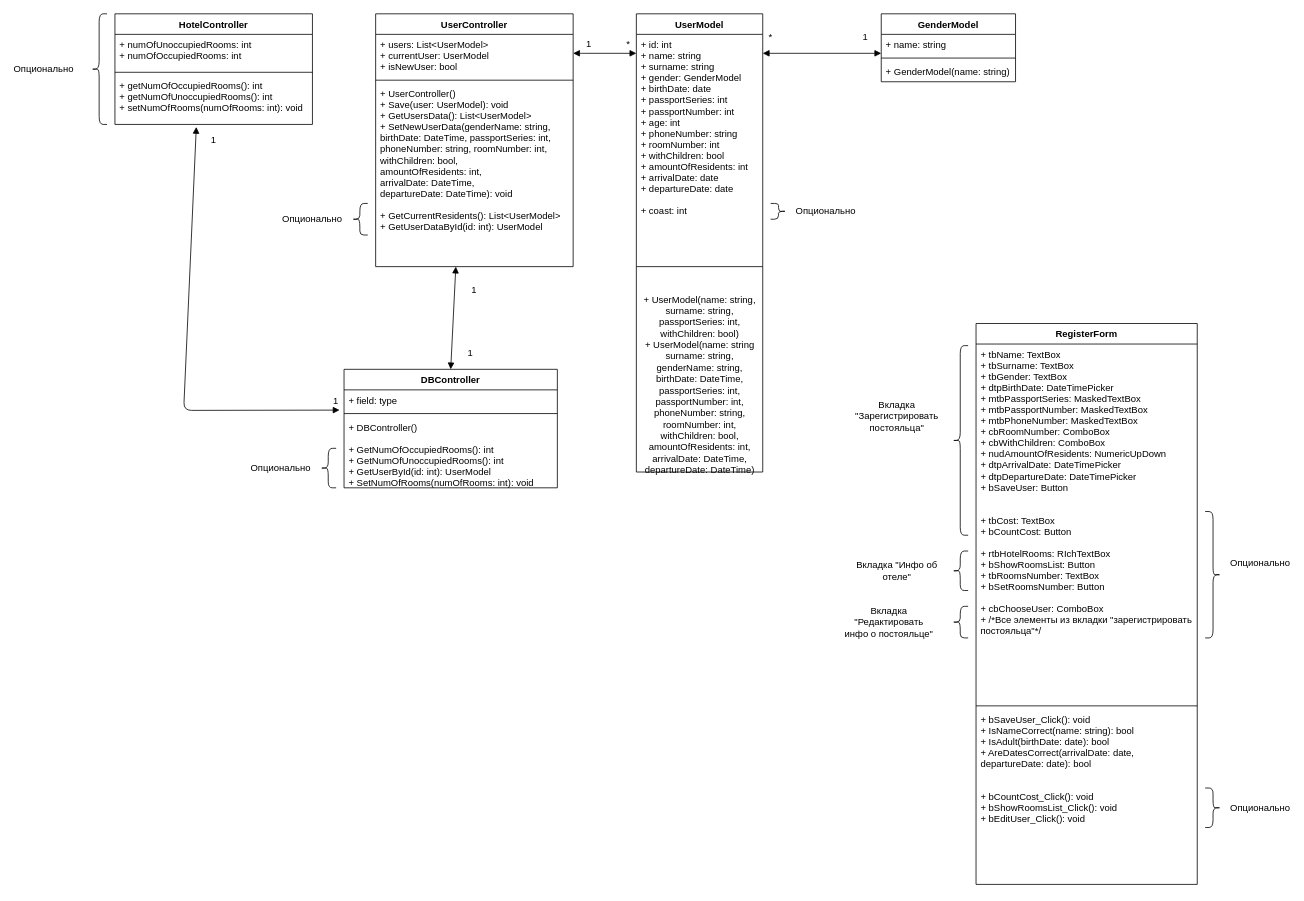
Before: Диаграмма классов.drawio in Nat-chan256/Czech-hotel-project, a draw.io diagram. Source tidied: cells renumbered, new cells numbered last; positions are measured from the earlier drawing's top-left corner, leaving out a move shared by most shapes. Both pictures are drawn from the tidied source at 79%, with x=0, y=0 at pixel (28, 13).
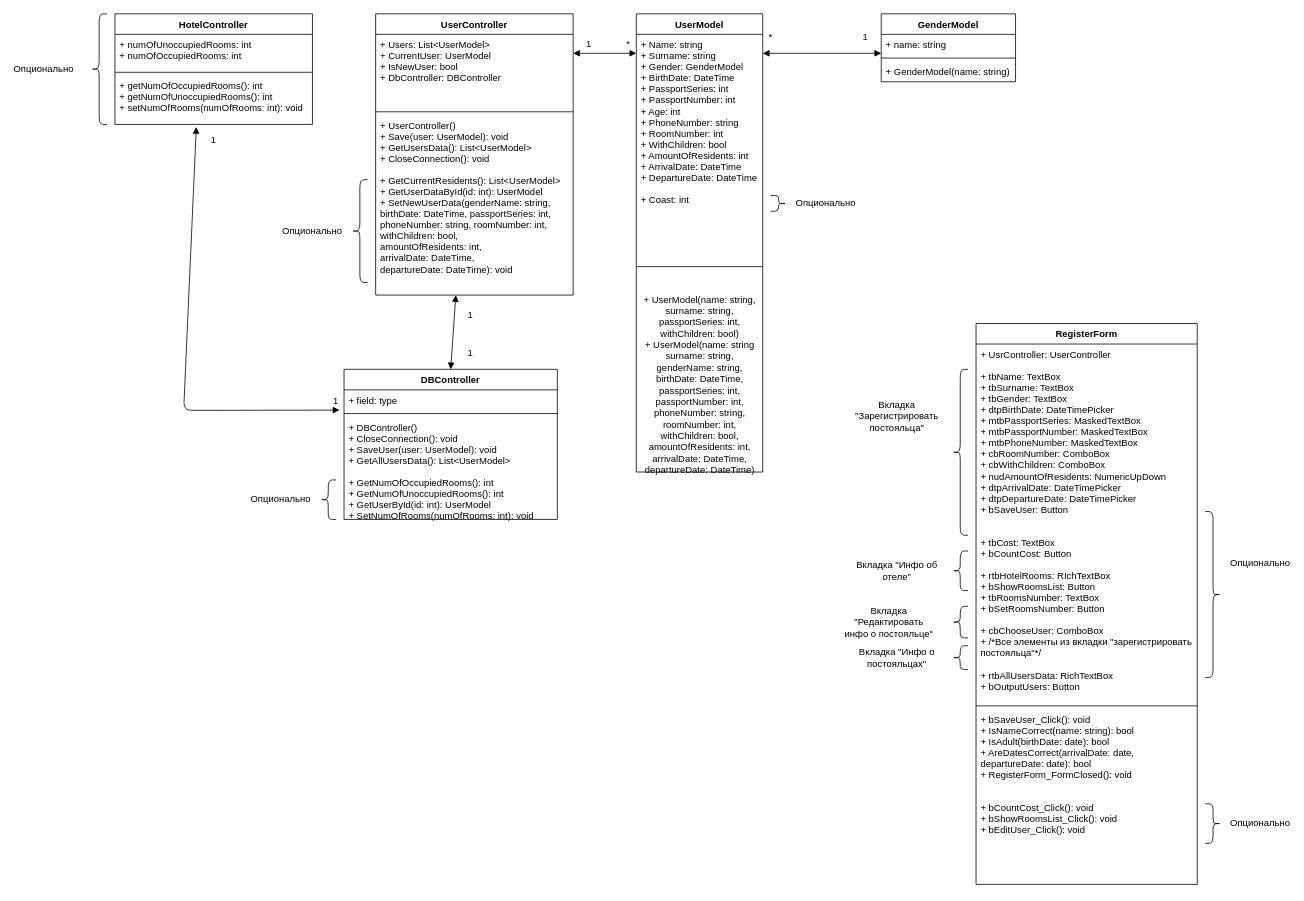
After the change.

Unchanged cells that the change refers to:
```xml
<mxCell id="2" value="UserModel" style="swimlane;fontStyle=1;align=center;verticalAlign=top;horizontal=1;startSize=26;" parent="1" vertex="1">
  <mxGeometry x="770" width="160" height="580" as="geometry" />
</mxCell>
<mxCell id="27" value="RegisterForm" style="swimlane;fontStyle=1;align=center;verticalAlign=top;horizontal=1;startSize=26;" parent="1" vertex="1">
  <mxGeometry x="1200" y="392" width="280" height="710" as="geometry" />
</mxCell>
```

Change to the diagram source:
```diff
@@
-    <mxCell id="3" value="+ id: int&#10;+ name: string&#10;+ surname: string&#10;+ gender: GenderModel&#10;+ birthDate: date&#10;+ passportSeries: int&#10;+ passportNumber: int&#10;+ age: int&#10;+ phoneNumber: string&#10;+ roomNumber: int&#10;+ withChildren: bool&#10;+ amountOfResidents: int&#10;+ arrivalDate: date&#10;+ departureDate: date&#10;&#10;+ coast: int" style="text;strokeColor=none;fillColor=none;align=left;verticalAlign=top;spacingLeft=4;spacingRight=4;overflow=hidden;" parent="2" vertex="1">
+    <mxCell id="3" value="+ Name: string&#10;+ Surname: string&#10;+ Gender: GenderModel&#10;+ BirthDate: DateTime&#10;+ PassportSeries: int&#10;+ PassportNumber: int&#10;+ Age: int&#10;+ PhoneNumber: string&#10;+ RoomNumber: int&#10;+ WithChildren: bool&#10;+ AmountOfResidents: int&#10;+ ArrivalDate: DateTime&#10;+ DepartureDate: DateTime&#10;&#10;+ Coast: int" style="text;strokeColor=none;fillColor=none;align=left;verticalAlign=top;spacingLeft=4;spacingRight=4;overflow=hidden;" parent="2" vertex="1">
       <mxGeometry y="26" width="160" height="254" as="geometry" />
     </mxCell>
@@
     <mxCell id="12" value="UserController" style="swimlane;fontStyle=1;align=center;verticalAlign=top;horizontal=1;startSize=26;" parent="1" vertex="1">
-      <mxGeometry x="440" width="250" height="320" as="geometry" />
+      <mxGeometry x="440" width="250" height="356" as="geometry" />
     </mxCell>
-    <mxCell id="13" value="+ users: List&lt;UserModel&gt;&#10;+ currentUser: UserModel&#10;+ isNewUser: bool" style="text;strokeColor=none;fillColor=none;align=left;verticalAlign=top;spacingLeft=4;spacingRight=4;overflow=hidden;" parent="12" vertex="1">
-      <mxGeometry y="26" width="250" height="54" as="geometry" />
+    <mxCell id="13" value="+ Users: List&lt;UserModel&gt;&#10;+ CurrentUser: UserModel&#10;+ IsNewUser: bool&#10;+ DbController: DBController" style="text;strokeColor=none;fillColor=none;align=left;verticalAlign=top;spacingLeft=4;spacingRight=4;overflow=hidden;" parent="12" vertex="1">
+      <mxGeometry y="26" width="250" height="94" as="geometry" />
     </mxCell>
     <mxCell id="14" style="line;strokeWidth=1;fillColor=none;align=left;verticalAlign=middle;spacingTop=-1;spacingLeft=3;spacingRight=3;labelPosition=right;" parent="12" vertex="1">
-      <mxGeometry y="80" width="250" height="8" as="geometry" />
+      <mxGeometry y="120" width="250" height="8" as="geometry" />
     </mxCell>
-    <mxCell id="15" value="+ UserController()&#10;+ Save(user: UserModel): void&#10;+ GetUsersData(): List&lt;UserModel&gt;&#10;+ SetNewUserData(genderName: string, &#10;birthDate: DateTime, passportSeries: int, &#10;phoneNumber: string, roomNumber: int, &#10;withChildren: bool, &#10;amountOfResidents: int, &#10;arrivalDate: DateTime, &#10;departureDate: DateTime): void&#10;&#10;+ GetCurrentResidents(): List&lt;UserModel&gt;&#10;+ GetUserDataById(id: int): UserModel&#10;" style="text;strokeColor=none;fillColor=none;align=left;verticalAlign=top;spacingLeft=4;spacingRight=4;overflow=hidden;points=[[0,0.5],[1,0.5]];portConstraint=eastwest;" parent="12" vertex="1">
-      <mxGeometry y="88" width="250" height="232" as="geometry" />
+    <mxCell id="15" value="+ UserController()&#10;+ Save(user: UserModel): void&#10;+ GetUsersData(): List&lt;UserModel&gt;&#10;+ CloseConnection(): void&#10;&#10;+ GetCurrentResidents(): List&lt;UserModel&gt;&#10;+ GetUserDataById(id: int): UserModel&#10;+ SetNewUserData(genderName: string,&#10;birthDate: DateTime, passportSeries: int,&#10;phoneNumber: string, roomNumber: int,&#10;withChildren: bool,&#10;amountOfResidents: int,&#10;arrivalDate: DateTime,&#10;departureDate: DateTime): void&#10;" style="text;strokeColor=none;fillColor=none;align=left;verticalAlign=top;spacingLeft=4;spacingRight=4;overflow=hidden;points=[[0,0.5],[1,0.5]];portConstraint=eastwest;" parent="12" vertex="1">
+      <mxGeometry y="128" width="250" height="228" as="geometry" />
     </mxCell>
@@
     <mxCell id="20" value="DBController" style="swimlane;fontStyle=1;align=center;verticalAlign=top;horizontal=1;startSize=26;" parent="1" vertex="1">
-      <mxGeometry x="400" y="450" width="270" height="150" as="geometry" />
+      <mxGeometry x="400" y="450" width="270" height="190" as="geometry" />
     </mxCell>
@@
-    <mxCell id="23" value="+ DBController()&#10;&#10;+ GetNumOfOccupiedRooms(): int&#10;+ GetNumOfUnoccupiedRooms(): int&#10;+ GetUserById(id: int): UserModel&#10;+ SetNumOfRooms(numOfRooms: int): void" style="text;strokeColor=none;fillColor=none;align=left;verticalAlign=top;spacingLeft=4;spacingRight=4;overflow=hidden;" parent="20" vertex="1">
-      <mxGeometry y="60" width="270" height="90" as="geometry" />
+    <mxCell id="23" value="+ DBController()&#10;+ CloseConnection(): void&#10;+ SaveUser(user: UserModel): void&#10;+ GetAllUsersData(): List&lt;UserModel&gt;&#10;&#10;+ GetNumOfOccupiedRooms(): int&#10;+ GetNumOfUnoccupiedRooms(): int&#10;+ GetUserById(id: int): UserModel&#10;+ SetNumOfRooms(numOfRooms: int): void&#10;" style="text;strokeColor=none;fillColor=none;align=left;verticalAlign=top;spacingLeft=4;spacingRight=4;overflow=hidden;" parent="20" vertex="1">
+      <mxGeometry y="60" width="270" height="130" as="geometry" />
     </mxCell>
@@
     <mxCell id="25" value="1" style="text;html=1;strokeColor=none;fillColor=none;align=center;verticalAlign=middle;whiteSpace=wrap;rounded=0;" parent="1" vertex="1">
-      <mxGeometry x="545" y="340" width="40" height="20" as="geometry" />
+      <mxGeometry x="540" y="372" width="40" height="20" as="geometry" />
     </mxCell>
@@
-    <mxCell id="28" value="+ tbName: TextBox&#10;+ tbSurname: TextBox&#10;+ tbGender: TextBox&#10;+ dtpBirthDate: DateTimePicker&#10;+ mtbPassportSeries: MaskedTextBox&#10;+ mtbPassportNumber: MaskedTextBox&#10;+ mtbPhoneNumber: MaskedTextBox&#10;+ cbRoomNumber: ComboBox&#10;+ cbWithChildren: ComboBox&#10;+ nudAmountOfResidents: NumericUpDown&#10;+ dtpArrivalDate: DateTimePicker&#10;+ dtpDepartureDate: DateTimePicker&#10;+ bSaveUser: Button&#10;&#10;&#10;+ tbCost: TextBox&#10;+ bCountCost: Button&#10;&#10;+ rtbHotelRooms: RIchTextBox&#10;+ bShowRoomsList: Button&#10;+ tbRoomsNumber: TextBox&#10;+ bSetRoomsNumber: Button&#10;&#10;+ cbChooseUser: ComboBox&#10;+ /*Все элементы из вкладки &quot;зарегистрировать&#10;постояльца&quot;*/" style="text;strokeColor=none;fillColor=none;align=left;verticalAlign=top;spacingLeft=4;spacingRight=4;overflow=hidden;" parent="27" vertex="1">
+    <mxCell id="28" value="+ UsrController: UserController&#10;&#10;+ tbName: TextBox&#10;+ tbSurname: TextBox&#10;+ tbGender: TextBox&#10;+ dtpBirthDate: DateTimePicker&#10;+ mtbPassportSeries: MaskedTextBox&#10;+ mtbPassportNumber: MaskedTextBox&#10;+ mtbPhoneNumber: MaskedTextBox&#10;+ cbRoomNumber: ComboBox&#10;+ cbWithChildren: ComboBox&#10;+ nudAmountOfResidents: NumericUpDown&#10;+ dtpArrivalDate: DateTimePicker&#10;+ dtpDepartureDate: DateTimePicker&#10;+ bSaveUser: Button&#10;&#10;&#10;+ tbCost: TextBox&#10;+ bCountCost: Button&#10;&#10;+ rtbHotelRooms: RIchTextBox&#10;+ bShowRoomsList: Button&#10;+ tbRoomsNumber: TextBox&#10;+ bSetRoomsNumber: Button&#10;&#10;+ cbChooseUser: ComboBox&#10;+ /*Все элементы из вкладки &quot;зарегистрировать&#10;постояльца&quot;*/&#10;&#10;+ rtbAllUsersData: RichTextBox&#10;+ bOutputUsers: Button" style="text;strokeColor=none;fillColor=none;align=left;verticalAlign=top;spacingLeft=4;spacingRight=4;overflow=hidden;" parent="27" vertex="1">
       <mxGeometry y="26" width="280" height="454" as="geometry" />
     </mxCell>
@@
-    <mxCell id="30" value="+ bSaveUser_Click(): void&#10;+ IsNameCorrect(name: string): bool&#10;+ IsAdult(birthDate: date): bool&#10;+ AreDatesCorrect(arrivalDate: date, &#10;departureDate: date): bool&#10;&#10;&#10;+ bCountCost_Click(): void&#10;+ bShowRoomsList_Click(): void&#10;+ bEditUser_Click(): void&#10;" style="text;strokeColor=none;fillColor=none;align=left;verticalAlign=top;spacingLeft=4;spacingRight=4;overflow=hidden;" parent="27" vertex="1">
+    <mxCell id="30" value="+ bSaveUser_Click(): void&#10;+ IsNameCorrect(name: string): bool&#10;+ IsAdult(birthDate: date): bool&#10;+ AreDatesCorrect(arrivalDate: date, &#10;departureDate: date): bool&#10;+ RegisterForm_FormClosed(): void&#10;&#10;&#10;+ bCountCost_Click(): void&#10;+ bShowRoomsList_Click(): void&#10;+ bEditUser_Click(): void&#10;" style="text;strokeColor=none;fillColor=none;align=left;verticalAlign=top;spacingLeft=4;spacingRight=4;overflow=hidden;" parent="27" vertex="1">
       <mxGeometry y="488" width="280" height="222" as="geometry" />
     </mxCell>
@@
     <mxCell id="38" style="shape=curlyBracket;whiteSpace=wrap;html=1;rounded=1;" parent="1" vertex="1">
-      <mxGeometry x="1170" y="420" width="20" height="240" as="geometry" />
+      <mxGeometry x="1170" y="450" width="20" height="210" as="geometry" />
     </mxCell>
@@
     <mxCell id="42" style="shape=curlyBracket;whiteSpace=wrap;html=1;rounded=1;direction=west;size=0.5;" parent="1" vertex="1">
-      <mxGeometry x="1490" y="630" width="20" height="160" as="geometry" />
+      <mxGeometry x="1490" y="630" width="20" height="210" as="geometry" />
     </mxCell>
@@
     <mxCell id="44" style="shape=curlyBracket;whiteSpace=wrap;html=1;rounded=1;direction=west;size=0.5;" parent="1" vertex="1">
-      <mxGeometry x="1490" y="980" width="20" height="50" as="geometry" />
+      <mxGeometry x="1490" y="1000" width="20" height="50" as="geometry" />
     </mxCell>
     <mxCell id="45" value="Опционально" style="text;html=1;strokeColor=none;fillColor=none;align=center;verticalAlign=middle;whiteSpace=wrap;rounded=0;" parent="1" vertex="1">
-      <mxGeometry x="1540" y="995" width="40" height="20" as="geometry" />
+      <mxGeometry x="1540" y="1015" width="40" height="20" as="geometry" />
     </mxCell>
@@
     <mxCell id="50" style="shape=curlyBracket;whiteSpace=wrap;html=1;rounded=1;" parent="1" vertex="1">
-      <mxGeometry x="410" y="240" width="20" height="40" as="geometry" />
+      <mxGeometry x="410" y="210" width="20" height="130" as="geometry" />
     </mxCell>
     <mxCell id="51" value="Опционально" style="text;html=1;strokeColor=none;fillColor=none;align=center;verticalAlign=middle;whiteSpace=wrap;rounded=0;" parent="1" vertex="1">
-      <mxGeometry x="340" y="250" width="40" height="20" as="geometry" />
+      <mxGeometry x="340" y="265" width="40" height="20" as="geometry" />
     </mxCell>
     <mxCell id="52" style="shape=curlyBracket;whiteSpace=wrap;html=1;rounded=1;rotation=0;direction=west;size=0.5;" parent="1" vertex="1">
-      <mxGeometry x="940" y="240" width="20" height="20" as="geometry" />
+      <mxGeometry x="940" y="230" width="20" height="20" as="geometry" />
     </mxCell>
     <mxCell id="53" value="Опционально" style="text;html=1;strokeColor=none;fillColor=none;align=center;verticalAlign=middle;whiteSpace=wrap;rounded=0;" parent="1" vertex="1">
-      <mxGeometry x="990" y="240" width="40" height="20" as="geometry" />
+      <mxGeometry x="990" y="230" width="40" height="20" as="geometry" />
     </mxCell>
-    <mxCell id="54" style="shape=curlyBracket;whiteSpace=wrap;html=1;rounded=1;" parent="1" vertex="1">
-      <mxGeometry x="370" y="550" width="20" height="50" as="geometry" />
+    <mxCell id="54" style="shape=curlyBracket;whiteSpace=wrap;html=1;rounded=1;size=0.5;" parent="1" vertex="1">
+      <mxGeometry x="370" y="590" width="20" height="50" as="geometry" />
     </mxCell>
     <mxCell id="55" value="Опционально" style="text;html=1;strokeColor=none;fillColor=none;align=center;verticalAlign=middle;whiteSpace=wrap;rounded=0;" parent="1" vertex="1">
-      <mxGeometry x="300" y="565" width="40" height="20" as="geometry" />
+      <mxGeometry x="300" y="605" width="40" height="20" as="geometry" />
     </mxCell>
+    <mxCell id="56" style="shape=curlyBracket;whiteSpace=wrap;html=1;rounded=1;" parent="1" vertex="1">
+      <mxGeometry x="1170" y="800" width="20" height="30" as="geometry" />
+    </mxCell>
+    <mxCell id="57" value="Вкладка &quot;Инфо о постояльцах&quot;" style="text;html=1;strokeColor=none;fillColor=none;align=center;verticalAlign=middle;whiteSpace=wrap;rounded=0;" parent="1" vertex="1">
+      <mxGeometry x="1030" y="805" width="140" height="20" as="geometry" />
+    </mxCell>
```
